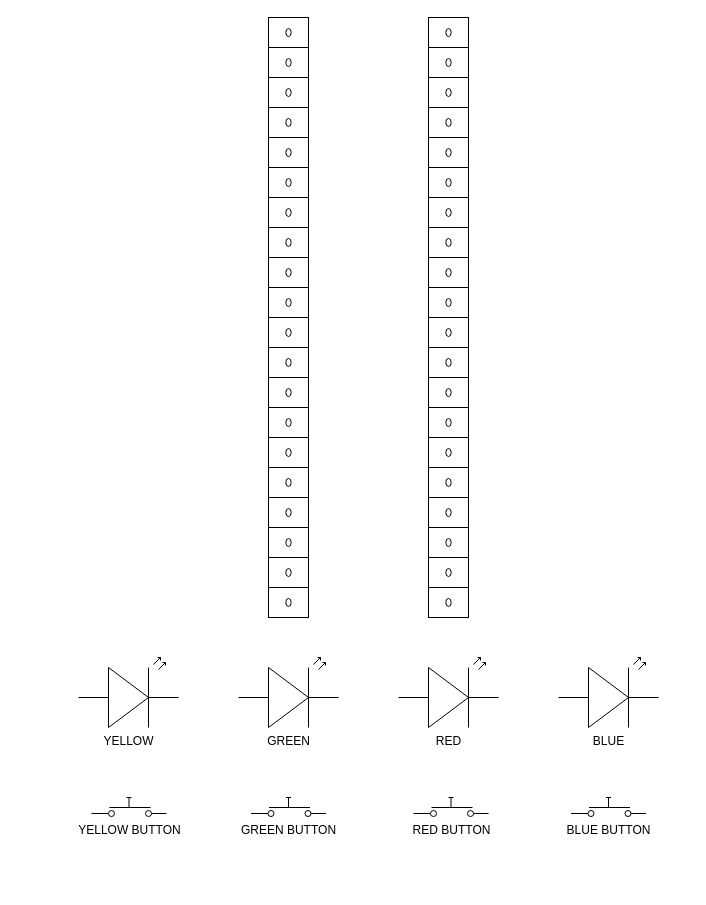
The draw.io diagram Simon_Wiring_Schematic.drawio in stephenspruill/Final-Project-Simon-Says, before the edit. Source tidied: cells renumbered, new cells numbered last; positions are measured from the earlier drawing's top-left corner, leaving out a move shared by most shapes. Both pictures are drawn from the tidied source at 100%, with x=0, y=0 at pixel (78, 17).
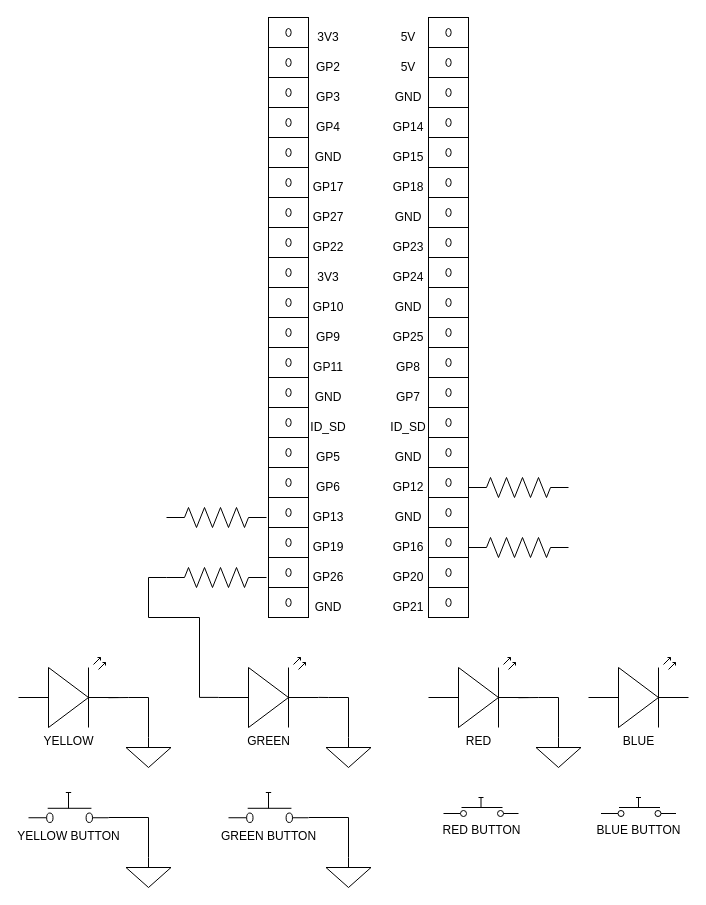
The same diagram, later.

What changed in the source:
```diff
@@
     <mxCell id="2" value="YELLOW" style="verticalLabelPosition=bottom;shadow=0;dashed=0;align=center;fillColor=#ffffff;html=1;verticalAlign=top;strokeWidth=1;shape=mxgraph.electrical.opto_electronics.led_2;" parent="1" vertex="1">
-      <mxGeometry y="640" width="100" height="70" as="geometry" />
+      <mxGeometry x="-60" y="640" width="100" height="70" as="geometry" />
     </mxCell>
     <mxCell id="3" value="GREEN" style="verticalLabelPosition=bottom;shadow=0;dashed=0;align=center;fillColor=#ffffff;html=1;verticalAlign=top;strokeWidth=1;shape=mxgraph.electrical.opto_electronics.led_2;" parent="1" vertex="1">
-      <mxGeometry x="160" y="640" width="100" height="70" as="geometry" />
+      <mxGeometry x="140" y="640" width="100" height="70" as="geometry" />
     </mxCell>
     <mxCell id="4" value="RED" style="verticalLabelPosition=bottom;shadow=0;dashed=0;align=center;fillColor=#ffffff;html=1;verticalAlign=top;strokeWidth=1;shape=mxgraph.electrical.opto_electronics.led_2;" parent="1" vertex="1">
-      <mxGeometry x="320" y="640" width="100" height="70" as="geometry" />
+      <mxGeometry x="350" y="640" width="100" height="70" as="geometry" />
     </mxCell>
     <mxCell id="5" value="BLUE" style="verticalLabelPosition=bottom;shadow=0;dashed=0;align=center;fillColor=#ffffff;html=1;verticalAlign=top;strokeWidth=1;shape=mxgraph.electrical.opto_electronics.led_2;" parent="1" vertex="1">
-      <mxGeometry x="480" y="640" width="100" height="70" as="geometry" />
+      <mxGeometry x="510" y="640" width="100" height="70" as="geometry" />
     </mxCell>
     <mxCell id="6" value="YELLOW BUTTON" style="verticalLabelPosition=bottom;shadow=0;dashed=0;align=center;fillColor=#ffffff;html=1;verticalAlign=top;strokeWidth=1;shape=mxgraph.electrical.electro-mechanical.push_switch_no;" parent="1" vertex="1">
-      <mxGeometry x="13" y="780" width="75" height="19" as="geometry" />
+      <mxGeometry x="-50" y="775" width="80" height="30" as="geometry" />
     </mxCell>
-    <mxCell id="7" value="GREEN BUTTON" style="verticalLabelPosition=bottom;shadow=0;dashed=0;align=center;fillColor=#ffffff;html=1;verticalAlign=top;strokeWidth=1;shape=mxgraph.electrical.electro-mechanical.push_switch_no;" parent="1" vertex="1">
-      <mxGeometry x="172.5" y="780" width="75" height="19" as="geometry" />
-    </mxCell>
     <mxCell id="8" value="RED BUTTON" style="verticalLabelPosition=bottom;shadow=0;dashed=0;align=center;fillColor=#ffffff;html=1;verticalAlign=top;strokeWidth=1;shape=mxgraph.electrical.electro-mechanical.push_switch_no;" parent="1" vertex="1">
-      <mxGeometry x="335" y="780" width="75" height="19" as="geometry" />
+      <mxGeometry x="365" y="780" width="75" height="19" as="geometry" />
     </mxCell>
     <mxCell id="9" value="BLUE BUTTON" style="verticalLabelPosition=bottom;shadow=0;dashed=0;align=center;fillColor=#ffffff;html=1;verticalAlign=top;strokeWidth=1;shape=mxgraph.electrical.electro-mechanical.push_switch_no;" parent="1" vertex="1">
-      <mxGeometry x="492.5" y="780" width="75" height="19" as="geometry" />
+      <mxGeometry x="522.5" y="780" width="75" height="19" as="geometry" />
     </mxCell>
@@
+    <mxCell id="20" value="3V3" style="text;html=1;strokeColor=none;fillColor=none;align=center;verticalAlign=middle;whiteSpace=wrap;rounded=0;" parent="1" vertex="1">
+      <mxGeometry x="230" y="10" width="40" height="20" as="geometry" />
+    </mxCell>
+    <mxCell id="21" value="&lt;div&gt;GP2&lt;/div&gt;" style="text;html=1;strokeColor=none;fillColor=none;align=center;verticalAlign=middle;whiteSpace=wrap;rounded=0;" parent="1" vertex="1">
+      <mxGeometry x="230" y="40" width="40" height="20" as="geometry" />
+    </mxCell>
+    <mxCell id="22" value="&lt;div&gt;GP3&lt;/div&gt;" style="text;html=1;strokeColor=none;fillColor=none;align=center;verticalAlign=middle;whiteSpace=wrap;rounded=0;" parent="1" vertex="1">
+      <mxGeometry x="230" y="70" width="40" height="20" as="geometry" />
+    </mxCell>
+    <mxCell id="23" value="5V" style="text;html=1;strokeColor=none;fillColor=none;align=center;verticalAlign=middle;whiteSpace=wrap;rounded=0;" parent="1" vertex="1">
+      <mxGeometry x="310" y="10" width="40" height="20" as="geometry" />
+    </mxCell>
+    <mxCell id="24" value="5V" style="text;html=1;strokeColor=none;fillColor=none;align=center;verticalAlign=middle;whiteSpace=wrap;rounded=0;" parent="1" vertex="1">
+      <mxGeometry x="310" y="40" width="40" height="20" as="geometry" />
+    </mxCell>
+    <mxCell id="25" value="GND" style="text;html=1;strokeColor=none;fillColor=none;align=center;verticalAlign=middle;whiteSpace=wrap;rounded=0;" parent="1" vertex="1">
+      <mxGeometry x="310" y="70" width="40" height="20" as="geometry" />
+    </mxCell>
+    <mxCell id="26" value="&lt;div&gt;GP14&lt;/div&gt;" style="text;html=1;strokeColor=none;fillColor=none;align=center;verticalAlign=middle;whiteSpace=wrap;rounded=0;" parent="1" vertex="1">
+      <mxGeometry x="310" y="100" width="40" height="20" as="geometry" />
+    </mxCell>
+    <mxCell id="27" value="&lt;div&gt;GP4&lt;/div&gt;" style="text;html=1;strokeColor=none;fillColor=none;align=center;verticalAlign=middle;whiteSpace=wrap;rounded=0;" parent="1" vertex="1">
+      <mxGeometry x="230" y="100" width="40" height="20" as="geometry" />
+    </mxCell>
+    <mxCell id="28" value="GND" style="text;html=1;strokeColor=none;fillColor=none;align=center;verticalAlign=middle;whiteSpace=wrap;rounded=0;" parent="1" vertex="1">
+      <mxGeometry x="230" y="130" width="40" height="20" as="geometry" />
+    </mxCell>
+    <mxCell id="29" value="&lt;div&gt;GP15&lt;/div&gt;" style="text;html=1;strokeColor=none;fillColor=none;align=center;verticalAlign=middle;whiteSpace=wrap;rounded=0;" parent="1" vertex="1">
+      <mxGeometry x="310" y="130" width="40" height="20" as="geometry" />
+    </mxCell>
+    <mxCell id="30" value="&lt;div&gt;GP18&lt;/div&gt;" style="text;html=1;strokeColor=none;fillColor=none;align=center;verticalAlign=middle;whiteSpace=wrap;rounded=0;" parent="1" vertex="1">
+      <mxGeometry x="310" y="160" width="40" height="20" as="geometry" />
+    </mxCell>
+    <mxCell id="31" value="GND" style="text;html=1;strokeColor=none;fillColor=none;align=center;verticalAlign=middle;whiteSpace=wrap;rounded=0;" parent="1" vertex="1">
+      <mxGeometry x="310" y="190" width="40" height="20" as="geometry" />
+    </mxCell>
+    <mxCell id="32" value="&lt;div&gt;GP22&lt;/div&gt;" style="text;html=1;strokeColor=none;fillColor=none;align=center;verticalAlign=middle;whiteSpace=wrap;rounded=0;" parent="1" vertex="1">
+      <mxGeometry x="230" y="220" width="40" height="20" as="geometry" />
+    </mxCell>
+    <mxCell id="33" value="&lt;div&gt;GP17&lt;/div&gt;" style="text;html=1;strokeColor=none;fillColor=none;align=center;verticalAlign=middle;whiteSpace=wrap;rounded=0;" parent="1" vertex="1">
+      <mxGeometry x="230" y="160" width="40" height="20" as="geometry" />
+    </mxCell>
+    <mxCell id="34" value="&lt;div&gt;GP27&lt;/div&gt;" style="text;html=1;strokeColor=none;fillColor=none;align=center;verticalAlign=middle;whiteSpace=wrap;rounded=0;" parent="1" vertex="1">
+      <mxGeometry x="230" y="190" width="40" height="20" as="geometry" />
+    </mxCell>
+    <mxCell id="35" value="3V3" style="text;html=1;strokeColor=none;fillColor=none;align=center;verticalAlign=middle;whiteSpace=wrap;rounded=0;" parent="1" vertex="1">
+      <mxGeometry x="230" y="250" width="40" height="20" as="geometry" />
+    </mxCell>
+    <mxCell id="36" value="GND" style="text;html=1;strokeColor=none;fillColor=none;align=center;verticalAlign=middle;whiteSpace=wrap;rounded=0;" parent="1" vertex="1">
+      <mxGeometry x="310" y="280" width="40" height="20" as="geometry" />
+    </mxCell>
+    <mxCell id="37" value="&lt;div&gt;GP23&lt;/div&gt;" style="text;html=1;strokeColor=none;fillColor=none;align=center;verticalAlign=middle;whiteSpace=wrap;rounded=0;" parent="1" vertex="1">
+      <mxGeometry x="310" y="220" width="40" height="20" as="geometry" />
+    </mxCell>
+    <mxCell id="38" value="&lt;div&gt;GP24&lt;/div&gt;" style="text;html=1;strokeColor=none;fillColor=none;align=center;verticalAlign=middle;whiteSpace=wrap;rounded=0;" parent="1" vertex="1">
+      <mxGeometry x="310" y="250" width="40" height="20" as="geometry" />
+    </mxCell>
+    <mxCell id="39" value="&lt;div&gt;GP10&lt;/div&gt;" style="text;html=1;strokeColor=none;fillColor=none;align=center;verticalAlign=middle;whiteSpace=wrap;rounded=0;" parent="1" vertex="1">
+      <mxGeometry x="230" y="280" width="40" height="20" as="geometry" />
+    </mxCell>
+    <mxCell id="40" value="&lt;div&gt;GP9&lt;/div&gt;" style="text;html=1;strokeColor=none;fillColor=none;align=center;verticalAlign=middle;whiteSpace=wrap;rounded=0;" parent="1" vertex="1">
+      <mxGeometry x="230" y="310" width="40" height="20" as="geometry" />
+    </mxCell>
+    <mxCell id="41" value="&lt;div&gt;GP11&lt;/div&gt;" style="text;html=1;strokeColor=none;fillColor=none;align=center;verticalAlign=middle;whiteSpace=wrap;rounded=0;" parent="1" vertex="1">
+      <mxGeometry x="230" y="340" width="40" height="20" as="geometry" />
+    </mxCell>
+    <mxCell id="42" value="&lt;div&gt;GP25&lt;/div&gt;" style="text;html=1;strokeColor=none;fillColor=none;align=center;verticalAlign=middle;whiteSpace=wrap;rounded=0;" parent="1" vertex="1">
+      <mxGeometry x="310" y="310" width="40" height="20" as="geometry" />
+    </mxCell>
+    <mxCell id="43" value="&lt;div&gt;GP8&lt;/div&gt;" style="text;html=1;strokeColor=none;fillColor=none;align=center;verticalAlign=middle;whiteSpace=wrap;rounded=0;" parent="1" vertex="1">
+      <mxGeometry x="310" y="340" width="40" height="20" as="geometry" />
+    </mxCell>
+    <mxCell id="44" value="&lt;div&gt;GP7&lt;/div&gt;" style="text;html=1;strokeColor=none;fillColor=none;align=center;verticalAlign=middle;whiteSpace=wrap;rounded=0;" parent="1" vertex="1">
+      <mxGeometry x="310" y="370" width="40" height="20" as="geometry" />
+    </mxCell>
+    <mxCell id="45" value="GND" style="text;html=1;strokeColor=none;fillColor=none;align=center;verticalAlign=middle;whiteSpace=wrap;rounded=0;" parent="1" vertex="1">
+      <mxGeometry x="230" y="370" width="40" height="20" as="geometry" />
+    </mxCell>
+    <mxCell id="46" value="ID_SD" style="text;html=1;strokeColor=none;fillColor=none;align=center;verticalAlign=middle;whiteSpace=wrap;rounded=0;" parent="1" vertex="1">
+      <mxGeometry x="230" y="400" width="40" height="20" as="geometry" />
+    </mxCell>
+    <mxCell id="47" value="ID_SD" style="text;html=1;strokeColor=none;fillColor=none;align=center;verticalAlign=middle;whiteSpace=wrap;rounded=0;" parent="1" vertex="1">
+      <mxGeometry x="310" y="400" width="40" height="20" as="geometry" />
+    </mxCell>
+    <mxCell id="48" value="GND" style="text;html=1;strokeColor=none;fillColor=none;align=center;verticalAlign=middle;whiteSpace=wrap;rounded=0;" parent="1" vertex="1">
+      <mxGeometry x="310" y="430" width="40" height="20" as="geometry" />
+    </mxCell>
+    <mxCell id="49" value="GND" style="text;html=1;strokeColor=none;fillColor=none;align=center;verticalAlign=middle;whiteSpace=wrap;rounded=0;" parent="1" vertex="1">
+      <mxGeometry x="310" y="490" width="40" height="20" as="geometry" />
+    </mxCell>
+    <mxCell id="50" value="GND" style="text;html=1;strokeColor=none;fillColor=none;align=center;verticalAlign=middle;whiteSpace=wrap;rounded=0;" parent="1" vertex="1">
+      <mxGeometry x="230" y="580" width="40" height="20" as="geometry" />
+    </mxCell>
+    <mxCell id="51" value="&lt;div&gt;GP5&lt;/div&gt;" style="text;html=1;strokeColor=none;fillColor=none;align=center;verticalAlign=middle;whiteSpace=wrap;rounded=0;" parent="1" vertex="1">
+      <mxGeometry x="230" y="430" width="40" height="20" as="geometry" />
+    </mxCell>
+    <mxCell id="52" value="&lt;div&gt;GP6&lt;/div&gt;" style="text;html=1;strokeColor=none;fillColor=none;align=center;verticalAlign=middle;whiteSpace=wrap;rounded=0;" parent="1" vertex="1">
+      <mxGeometry x="230" y="460" width="40" height="20" as="geometry" />
+    </mxCell>
+    <mxCell id="53" value="&lt;div&gt;GP13&lt;/div&gt;" style="text;html=1;strokeColor=none;fillColor=none;align=center;verticalAlign=middle;whiteSpace=wrap;rounded=0;" parent="1" vertex="1">
+      <mxGeometry x="230" y="490" width="40" height="20" as="geometry" />
+    </mxCell>
+    <mxCell id="54" value="&lt;div&gt;GP12&lt;/div&gt;" style="text;html=1;strokeColor=none;fillColor=none;align=center;verticalAlign=middle;whiteSpace=wrap;rounded=0;" parent="1" vertex="1">
+      <mxGeometry x="310" y="460" width="40" height="20" as="geometry" />
+    </mxCell>
+    <mxCell id="55" value="&lt;div&gt;GP19&lt;/div&gt;" style="text;html=1;strokeColor=none;fillColor=none;align=center;verticalAlign=middle;whiteSpace=wrap;rounded=0;" parent="1" vertex="1">
+      <mxGeometry x="230" y="520" width="40" height="20" as="geometry" />
+    </mxCell>
+    <mxCell id="56" value="&lt;div&gt;GP26&lt;/div&gt;" style="text;html=1;strokeColor=none;fillColor=none;align=center;verticalAlign=middle;whiteSpace=wrap;rounded=0;" parent="1" vertex="1">
+      <mxGeometry x="230" y="550" width="40" height="20" as="geometry" />
+    </mxCell>
+    <mxCell id="57" value="&lt;div&gt;GP16&lt;/div&gt;" style="text;html=1;strokeColor=none;fillColor=none;align=center;verticalAlign=middle;whiteSpace=wrap;rounded=0;" parent="1" vertex="1">
+      <mxGeometry x="310" y="520" width="40" height="20" as="geometry" />
+    </mxCell>
+    <mxCell id="58" value="&lt;div&gt;GP20&lt;/div&gt;" style="text;html=1;strokeColor=none;fillColor=none;align=center;verticalAlign=middle;whiteSpace=wrap;rounded=0;" parent="1" vertex="1">
+      <mxGeometry x="310" y="550" width="40" height="20" as="geometry" />
+    </mxCell>
+    <mxCell id="59" value="&lt;div&gt;GP21&lt;/div&gt;" style="text;html=1;strokeColor=none;fillColor=none;align=center;verticalAlign=middle;whiteSpace=wrap;rounded=0;" parent="1" vertex="1">
+      <mxGeometry x="310" y="580" width="40" height="20" as="geometry" />
+    </mxCell>
+    <mxCell id="60" style="edgeStyle=orthogonalEdgeStyle;rounded=0;jettySize=auto;html=1;entryX=0;entryY=0.57;entryDx=0;entryDy=0;entryPerimeter=0;endArrow=none;endFill=0;" parent="1" edge="1" source="61" target="3">
+      <mxGeometry relative="1" as="geometry">
+        <Array as="points">
+          <mxPoint x="70" y="560" />
+          <mxPoint x="70" y="600" />
+          <mxPoint x="121" y="600" />
+          <mxPoint x="121" y="680" />
+        </Array>
+      </mxGeometry>
+    </mxCell>
+    <mxCell id="61" style="verticalLabelPosition=bottom;shadow=0;dashed=0;align=center;fillColor=#ffffff;html=1;verticalAlign=top;strokeWidth=1;shape=mxgraph.electrical.resistors.resistor_2;" parent="1" vertex="1">
+      <mxGeometry x="88" y="550" width="100" height="20" as="geometry" />
+    </mxCell>
+    <mxCell id="62" style="verticalLabelPosition=bottom;shadow=0;dashed=0;align=center;fillColor=#ffffff;html=1;verticalAlign=top;strokeWidth=1;shape=mxgraph.electrical.resistors.resistor_2;" parent="1" vertex="1">
+      <mxGeometry x="88" y="490" width="100" height="20" as="geometry" />
+    </mxCell>
+    <mxCell id="63" style="verticalLabelPosition=bottom;shadow=0;dashed=0;align=center;fillColor=#ffffff;html=1;verticalAlign=top;strokeWidth=1;shape=mxgraph.electrical.resistors.resistor_2;" parent="1" vertex="1">
+      <mxGeometry x="390" y="460" width="100" height="20" as="geometry" />
+    </mxCell>
+    <mxCell id="64" style="verticalLabelPosition=bottom;shadow=0;dashed=0;align=center;fillColor=#ffffff;html=1;verticalAlign=top;strokeWidth=1;shape=mxgraph.electrical.resistors.resistor_2;" parent="1" vertex="1">
+      <mxGeometry x="390" y="520" width="100" height="20" as="geometry" />
+    </mxCell>
+    <mxCell id="65" style="edgeStyle=orthogonalEdgeStyle;rounded=0;jettySize=auto;html=1;entryX=1;entryY=0.57;entryDx=0;entryDy=0;entryPerimeter=0;endArrow=none;endFill=0;" parent="1" edge="1" source="66" target="3">
+      <mxGeometry relative="1" as="geometry">
+        <Array as="points">
+          <mxPoint x="270" y="680" />
+          <mxPoint x="250" y="680" />
+        </Array>
+      </mxGeometry>
+    </mxCell>
+    <mxCell id="66" style="verticalLabelPosition=bottom;shadow=0;dashed=0;align=center;fillColor=#ffffff;html=1;verticalAlign=top;strokeWidth=1;shape=mxgraph.electrical.signal_sources.signal_ground;" parent="1" vertex="1">
+      <mxGeometry x="247.5" y="720" width="45" height="30" as="geometry" />
+    </mxCell>
+    <mxCell id="67" style="edgeStyle=orthogonalEdgeStyle;rounded=0;jettySize=auto;html=1;entryX=1;entryY=0.57;entryDx=0;entryDy=0;entryPerimeter=0;endArrow=none;endFill=0;" parent="1" edge="1" source="68">
+      <mxGeometry relative="1" as="geometry">
+        <mxPoint x="29.9" y="680.2" as="targetPoint" />
+        <Array as="points">
+          <mxPoint x="70" y="680" />
+          <mxPoint x="50" y="680" />
+        </Array>
+      </mxGeometry>
+    </mxCell>
+    <mxCell id="68" style="verticalLabelPosition=bottom;shadow=0;dashed=0;align=center;fillColor=#ffffff;html=1;verticalAlign=top;strokeWidth=1;shape=mxgraph.electrical.signal_sources.signal_ground;" parent="1" vertex="1">
+      <mxGeometry x="47.5" y="720" width="45" height="30" as="geometry" />
+    </mxCell>
+    <mxCell id="69" style="edgeStyle=orthogonalEdgeStyle;rounded=0;jettySize=auto;html=1;entryX=1;entryY=0.57;entryDx=0;entryDy=0;entryPerimeter=0;endArrow=none;endFill=0;" parent="1" edge="1" source="70">
+      <mxGeometry relative="1" as="geometry">
+        <mxPoint x="439.9" y="680.2" as="targetPoint" />
+        <Array as="points">
+          <mxPoint x="480" y="680" />
+          <mxPoint x="460" y="680" />
+        </Array>
+      </mxGeometry>
+    </mxCell>
+    <mxCell id="70" style="verticalLabelPosition=bottom;shadow=0;dashed=0;align=center;fillColor=#ffffff;html=1;verticalAlign=top;strokeWidth=1;shape=mxgraph.electrical.signal_sources.signal_ground;" parent="1" vertex="1">
+      <mxGeometry x="457.5" y="720" width="45" height="30" as="geometry" />
+    </mxCell>
+    <mxCell id="71" style="edgeStyle=orthogonalEdgeStyle;rounded=0;jettySize=auto;html=1;endArrow=none;endFill=0;" parent="1" edge="1" source="72">
+      <mxGeometry relative="1" as="geometry">
+        <mxPoint x="30" y="800" as="targetPoint" />
+        <Array as="points">
+          <mxPoint x="70" y="800" />
+        </Array>
+      </mxGeometry>
+    </mxCell>
+    <mxCell id="72" style="verticalLabelPosition=bottom;shadow=0;dashed=0;align=center;fillColor=#ffffff;html=1;verticalAlign=top;strokeWidth=1;shape=mxgraph.electrical.signal_sources.signal_ground;" parent="1" vertex="1">
+      <mxGeometry x="47.5" y="840" width="45" height="30" as="geometry" />
+    </mxCell>
+    <mxCell id="7" value="GREEN BUTTON" style="verticalLabelPosition=bottom;shadow=0;dashed=0;align=center;fillColor=#ffffff;html=1;verticalAlign=top;strokeWidth=1;shape=mxgraph.electrical.electro-mechanical.push_switch_no;" parent="1" vertex="1">
+      <mxGeometry x="150" y="775" width="80" height="30" as="geometry" />
+    </mxCell>
+    <mxCell id="73" style="edgeStyle=orthogonalEdgeStyle;rounded=0;jettySize=auto;html=1;endArrow=none;endFill=0;" parent="1" edge="1" source="74">
+      <mxGeometry relative="1" as="geometry">
+        <mxPoint x="230.2" y="800" as="targetPoint" />
+        <Array as="points">
+          <mxPoint x="270" y="800" />
+        </Array>
+      </mxGeometry>
+    </mxCell>
+    <mxCell id="74" style="verticalLabelPosition=bottom;shadow=0;dashed=0;align=center;fillColor=#ffffff;html=1;verticalAlign=top;strokeWidth=1;shape=mxgraph.electrical.signal_sources.signal_ground;" parent="1" vertex="1">
+      <mxGeometry x="247.5" y="840" width="45" height="30" as="geometry" />
+    </mxCell>
```
